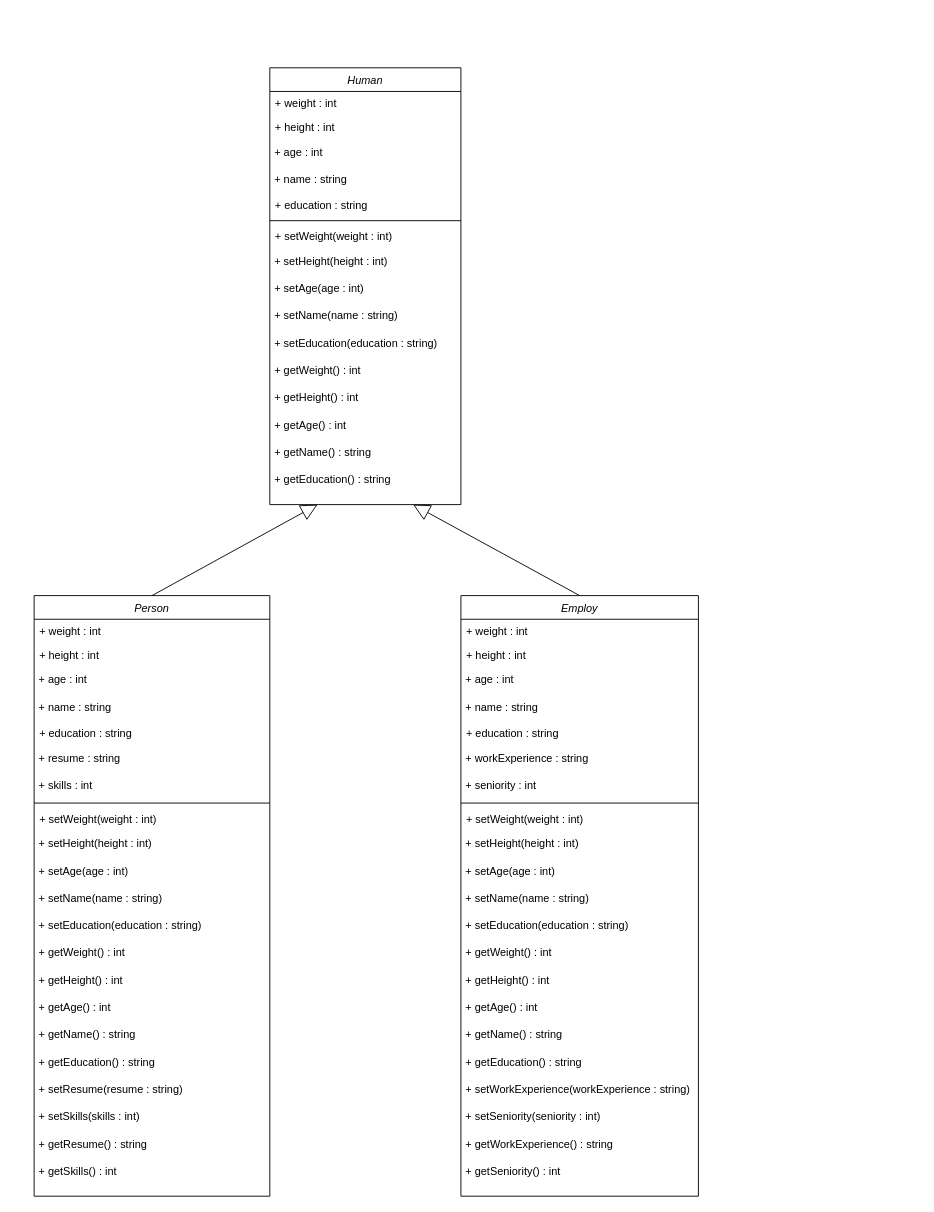
SofaDu/Human keeps this draw.io diagram as HumanDiagram.drawio. Above is the earlier version. Source tidied: cells renumbered, new cells numbered last; positions are measured from the earlier drawing's top-left corner, leaving out a move shared by most shapes. Both pictures are drawn from the tidied source at 91%, with x=0, y=0 at pixel (34, 67).
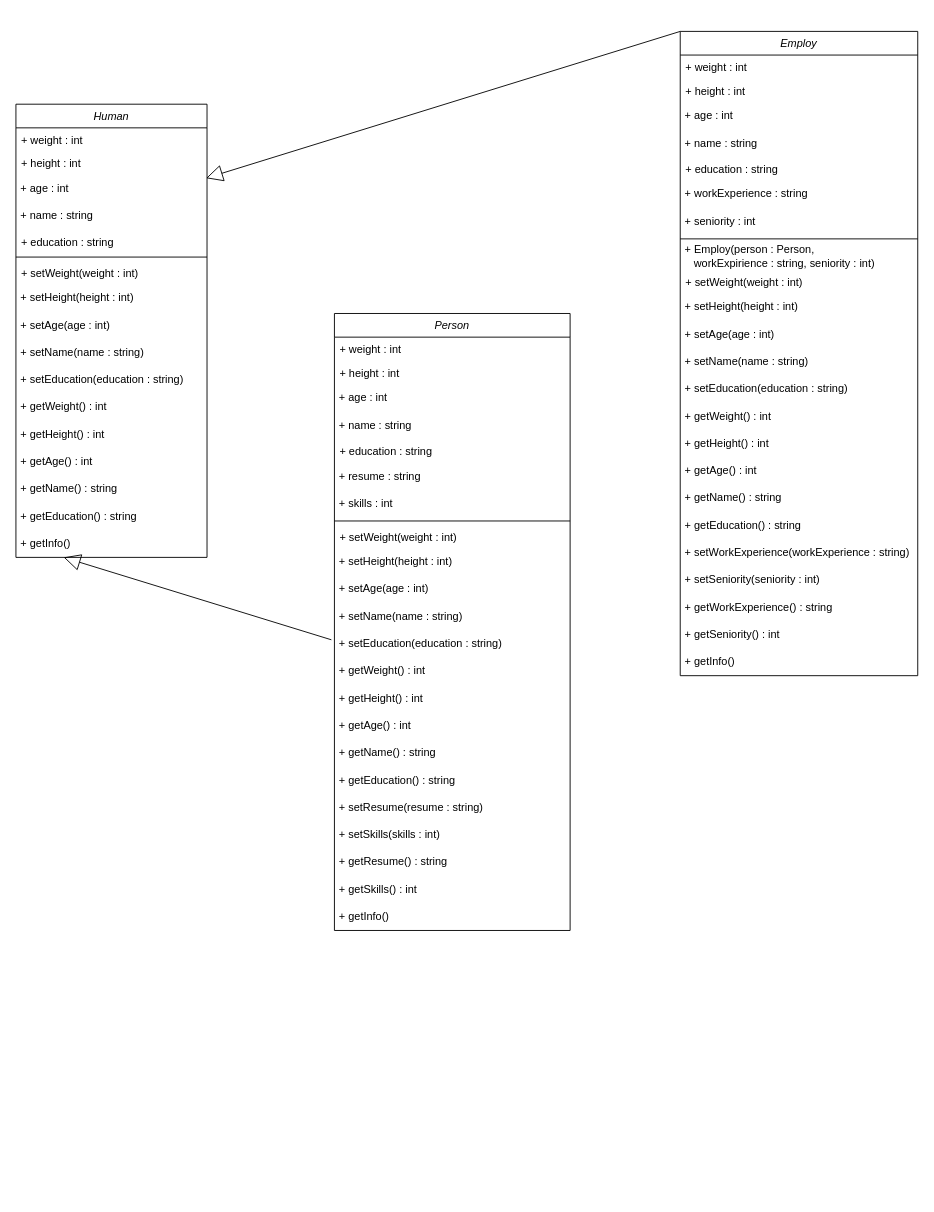
Above is the later version.

Commit message:
New diagram Human

The change refers to these unchanged cells:
```xml
<mxCell id="4" value="+ height : int" style="text;align=left;verticalAlign=top;spacingLeft=4;spacingRight=4;overflow=hidden;points=[[0,0.5],[1,0.5]];portConstraint=eastwest;rounded=0;shadow=0;html=0;" parent="2" vertex="1">
  <mxGeometry y="52" width="210" height="26" as="geometry" />
</mxCell>
<mxCell id="55" value="&amp;nbsp;+ setEducation(education : string)" style="text;html=1;align=left;verticalAlign=middle;points=[];strokeColor=none;fillColor=none;" parent="42" vertex="1">
  <mxGeometry y="348" width="259" height="30" as="geometry" />
</mxCell>
```

Diff of the diagram source:
```diff
@@
     <mxCell id="2" value="Human" style="swimlane;fontStyle=2;align=center;verticalAlign=top;horizontal=1;startSize=26;rounded=0;shadow=0;strokeWidth=1;" parent="1" vertex="1">
-      <mxGeometry x="259" width="210" height="480" as="geometry" />
+      <mxGeometry x="-20" y="40" width="210" height="498" as="geometry" />
     </mxCell>
@@
+    <mxCell id="67" value="&amp;nbsp;+ getInfo()" style="text;html=1;strokeColor=none;fillColor=none;align=left;verticalAlign=middle;whiteSpace=wrap;rounded=0;" parent="2" vertex="1">
+      <mxGeometry y="468" width="210" height="30" as="geometry" />
+    </mxCell>
     <mxCell id="19" value="Employ" style="swimlane;fontStyle=2;align=center;verticalAlign=top;horizontal=1;startSize=26;rounded=0;shadow=0;strokeWidth=1;" parent="1" vertex="1">
-      <mxGeometry x="469" y="580" width="261" height="660" as="geometry" />
+      <mxGeometry x="710" y="-40" width="261" height="708" as="geometry" />
     </mxCell>
@@
+    <mxCell id="68" value="&amp;nbsp;+ Employ(person : Person, &lt;br&gt;&amp;nbsp; &amp;nbsp; workExpirience : string, seniority : int)" style="text;html=1;strokeColor=none;fillColor=none;align=left;verticalAlign=middle;whiteSpace=wrap;rounded=0;" parent="19" vertex="1">
+      <mxGeometry y="232" width="261" height="30" as="geometry" />
+    </mxCell>
     <mxCell id="28" value="+ setWeight(weight : int)" style="text;align=left;verticalAlign=top;spacingLeft=4;spacingRight=4;overflow=hidden;" parent="19" vertex="1">
-      <mxGeometry y="232" width="261" height="26" as="geometry" />
+      <mxGeometry y="262" width="261" height="26" as="geometry" />
     </mxCell>
     <mxCell id="29" value="&amp;nbsp;+ setHeight(height : int)" style="text;html=1;align=left;verticalAlign=middle;strokeColor=none;fillColor=none;" parent="19" vertex="1">
-      <mxGeometry y="258" width="261" height="30" as="geometry" />
+      <mxGeometry y="288" width="261" height="30" as="geometry" />
     </mxCell>
     <mxCell id="30" value="&amp;nbsp;+ setAge(age : int)" style="text;html=1;align=left;verticalAlign=middle;strokeColor=none;fillColor=none;" parent="19" vertex="1">
-      <mxGeometry y="288" width="261" height="30" as="geometry" />
+      <mxGeometry y="318" width="261" height="30" as="geometry" />
     </mxCell>
     <mxCell id="31" value="&amp;nbsp;+ setName(name : string)" style="text;html=1;align=left;verticalAlign=middle;strokeColor=none;fillColor=none;" parent="19" vertex="1">
-      <mxGeometry y="318" width="261" height="30" as="geometry" />
+      <mxGeometry y="348" width="261" height="30" as="geometry" />
     </mxCell>
     <mxCell id="32" value="&amp;nbsp;+ setEducation(education : string)" style="text;html=1;align=left;verticalAlign=middle;strokeColor=none;fillColor=none;" parent="19" vertex="1">
-      <mxGeometry y="348" width="261" height="30" as="geometry" />
+      <mxGeometry y="378" width="261" height="30" as="geometry" />
     </mxCell>
     <mxCell id="33" value="&amp;nbsp;+ getWeight() : int" style="text;html=1;align=left;verticalAlign=middle;strokeColor=none;fillColor=none;" parent="19" vertex="1">
-      <mxGeometry y="378" width="261" height="30" as="geometry" />
+      <mxGeometry y="408" width="261" height="30" as="geometry" />
     </mxCell>
     <mxCell id="34" value="&amp;nbsp;+ getHeight() : int" style="text;html=1;align=left;verticalAlign=middle;strokeColor=none;fillColor=none;" parent="19" vertex="1">
-      <mxGeometry y="408" width="261" height="30" as="geometry" />
+      <mxGeometry y="438" width="261" height="30" as="geometry" />
     </mxCell>
     <mxCell id="35" value="&amp;nbsp;+ getAge() : int" style="text;html=1;align=left;verticalAlign=middle;strokeColor=none;fillColor=none;" parent="19" vertex="1">
-      <mxGeometry y="438" width="261" height="30" as="geometry" />
+      <mxGeometry y="468" width="261" height="30" as="geometry" />
     </mxCell>
     <mxCell id="36" value="&amp;nbsp;+ getName() : string" style="text;html=1;align=left;verticalAlign=middle;strokeColor=none;fillColor=none;" parent="19" vertex="1">
-      <mxGeometry y="468" width="261" height="30" as="geometry" />
+      <mxGeometry y="498" width="261" height="30" as="geometry" />
     </mxCell>
     <mxCell id="37" value="&amp;nbsp;+ getEducation() : string" style="text;html=1;align=left;verticalAlign=middle;strokeColor=none;fillColor=none;" parent="19" vertex="1">
-      <mxGeometry y="498" width="261" height="30" as="geometry" />
+      <mxGeometry y="528" width="261" height="30" as="geometry" />
     </mxCell>
     <mxCell id="38" value="&amp;nbsp;+ setWorkExperience(workExperience : string)&amp;nbsp;" style="text;html=1;align=left;verticalAlign=middle;strokeColor=none;fillColor=none;" parent="19" vertex="1">
-      <mxGeometry y="528" width="261" height="30" as="geometry" />
+      <mxGeometry y="558" width="261" height="30" as="geometry" />
     </mxCell>
     <mxCell id="39" value="&amp;nbsp;+&amp;nbsp;setSeniority(seniority : int)" style="text;html=1;align=left;verticalAlign=middle;strokeColor=none;fillColor=none;" parent="19" vertex="1">
-      <mxGeometry y="558" width="261" height="30" as="geometry" />
+      <mxGeometry y="588" width="261" height="30" as="geometry" />
     </mxCell>
     <mxCell id="40" value="&amp;nbsp;+ getWorkExperience() : string" style="text;html=1;align=left;verticalAlign=middle;strokeColor=none;fillColor=none;" parent="19" vertex="1">
-      <mxGeometry y="588" width="261" height="30" as="geometry" />
+      <mxGeometry y="618" width="261" height="30" as="geometry" />
     </mxCell>
     <mxCell id="41" value="&amp;nbsp;+ getSeniority() : int" style="text;html=1;align=left;verticalAlign=middle;strokeColor=none;fillColor=none;" parent="19" vertex="1">
-      <mxGeometry y="618" width="261" height="30" as="geometry" />
+      <mxGeometry y="648" width="261" height="30" as="geometry" />
     </mxCell>
+    <mxCell id="69" value="&amp;nbsp;+ getInfo()" style="text;html=1;strokeColor=none;fillColor=none;align=left;verticalAlign=middle;whiteSpace=wrap;rounded=0;" parent="19" vertex="1">
+      <mxGeometry y="678" width="261" height="30" as="geometry" />
+    </mxCell>
     <mxCell id="42" value="Person" style="swimlane;fontStyle=2;align=center;verticalAlign=top;horizontal=1;startSize=26;rounded=0;shadow=0;strokeWidth=1;" parent="1" vertex="1">
-      <mxGeometry y="580" width="259" height="660" as="geometry" />
+      <mxGeometry x="330" y="270" width="259" height="678" as="geometry" />
     </mxCell>
@@
+    <mxCell id="70" value="&amp;nbsp;+ getInfo()" style="text;html=1;strokeColor=none;fillColor=none;align=left;verticalAlign=middle;whiteSpace=wrap;rounded=0;" parent="42" vertex="1">
+      <mxGeometry y="648" width="259" height="30" as="geometry" />
+    </mxCell>
-    <mxCell id="65" style="endArrow=block;endSize=16;endFill=0;html=1;rounded=0;exitX=0.5;exitY=0;exitDx=0;exitDy=0;entryX=0.25;entryY=1;entryDx=0;entryDy=0;" parent="1" edge="1" source="42" target="2">
+    <mxCell id="65" style="endArrow=block;endSize=16;endFill=0;html=1;rounded=0;exitX=-0.013;exitY=0.352;exitDx=0;exitDy=0;entryX=0.25;entryY=1;entryDx=0;entryDy=0;exitPerimeter=0;" parent="1" edge="1" source="55" target="2">
       <mxGeometry relative="1" as="geometry" />
     </mxCell>
-    <mxCell id="66" style="endArrow=block;endSize=16;endFill=0;html=1;rounded=0;exitX=0.5;exitY=0;exitDx=0;exitDy=0;entryX=0.75;entryY=1;entryDx=0;entryDy=0;" parent="1" edge="1" source="19" target="2">
+    <mxCell id="66" style="endArrow=block;endSize=16;endFill=0;html=1;rounded=0;exitX=0;exitY=0;exitDx=0;exitDy=0;entryX=0.995;entryY=1.127;entryDx=0;entryDy=0;entryPerimeter=0;" parent="1" edge="1" source="19" target="4">
       <mxGeometry relative="1" as="geometry" />
     </mxCell>
```
